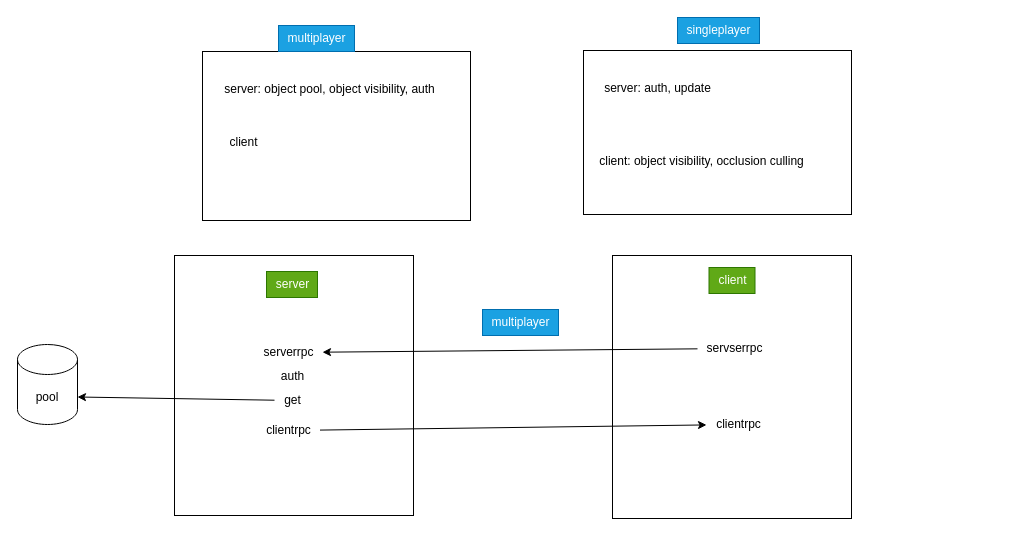
VanPhat001/RedSkyRampageVRGame keeps this draw.io diagram as page "Page-2" (2 of 3) of Assets/_MyAsset/Diagram/info.drawio. Above is the earlier version. Source tidied: cells renumbered, new cells numbered last; positions are measured from the earlier drawing's top-left corner, leaving out a move shared by most shapes. Both pictures are drawn from the tidied source at 100%, with x=0, y=0 at pixel (17, 17).
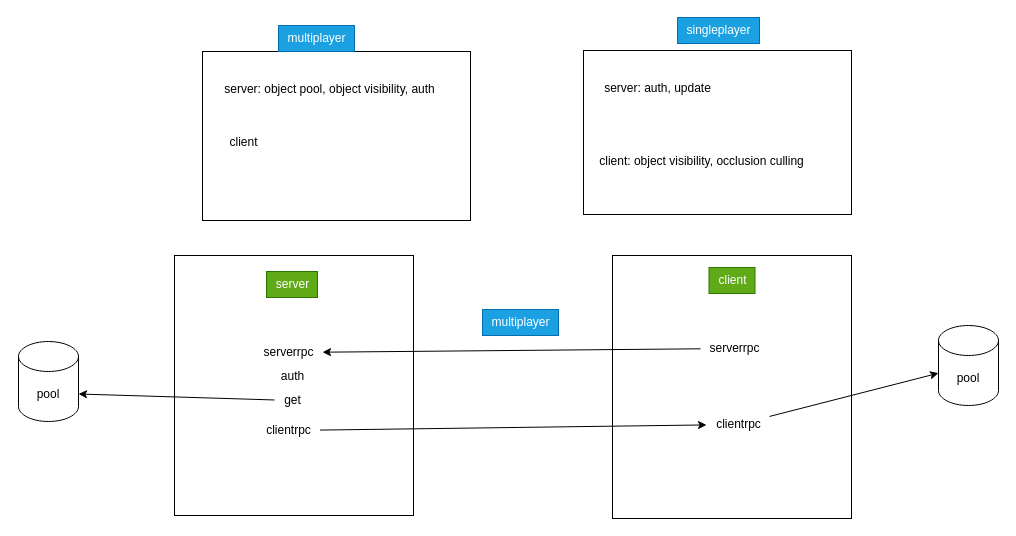
The same diagram, later.

Unchanged cells that the change refers to:
```xml
<mxCell id="23" value="clientrpc" style="text;html=1;align=center;verticalAlign=middle;points=[];strokeColor=none;fillColor=none;" parent="1" vertex="1">
  <mxGeometry x="689" y="394" width="63" height="26" as="geometry" />
</mxCell>
```

The edit, as a diff of the source:
```diff
@@
-    <mxCell id="15" value="servserrpc" style="text;html=1;align=center;verticalAlign=middle;points=[];strokeColor=none;fillColor=none;" parent="1" vertex="1">
-      <mxGeometry x="680" y="318" width="74" height="26" as="geometry" />
+    <mxCell id="15" value="serverrpc" style="text;html=1;align=center;verticalAlign=middle;points=[];strokeColor=none;fillColor=none;" parent="1" vertex="1">
+      <mxGeometry x="683" y="318" width="68" height="26" as="geometry" />
     </mxCell>
@@
     <mxCell id="20" value="pool" style="shape=cylinder3;whiteSpace=wrap;html=1;boundedLbl=1;backgroundOutline=1;size=15;" parent="1" vertex="1">
-      <mxGeometry y="327" width="60" height="80" as="geometry" />
+      <mxGeometry x="1" y="324" width="60" height="80" as="geometry" />
     </mxCell>
@@
+    <mxCell id="25" style="edgeStyle=none;html=1;" parent="1" edge="1" source="23" target="26">
+      <mxGeometry relative="1" as="geometry" />
+    </mxCell>
@@
+    <mxCell id="26" value="pool" style="shape=cylinder3;whiteSpace=wrap;html=1;boundedLbl=1;backgroundOutline=1;size=15;" parent="1" vertex="1">
+      <mxGeometry x="921" y="308" width="60" height="80" as="geometry" />
+    </mxCell>
```
